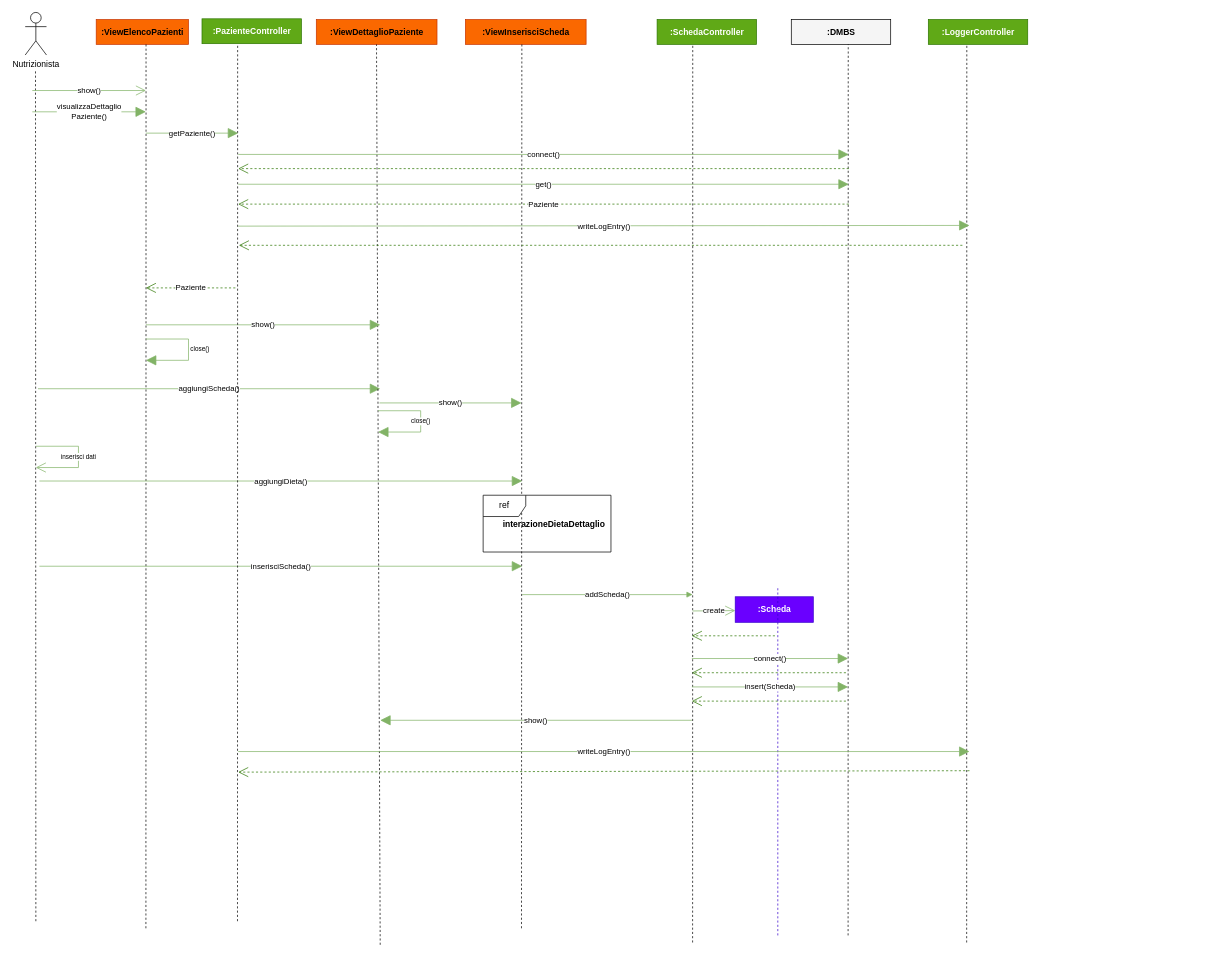
Before: Interazioni/progettazione/interazioneAggiungiSchedaDettaglio.drawio in DeborohNoah/IngSoft, a draw.io diagram. Source tidied: cells renumbered, new cells numbered last; positions are measured from the earlier drawing's top-left corner, leaving out a move shared by most shapes. Both pictures are drawn from the tidied source at 71%, with x=0, y=0 at pixel (25, 12).
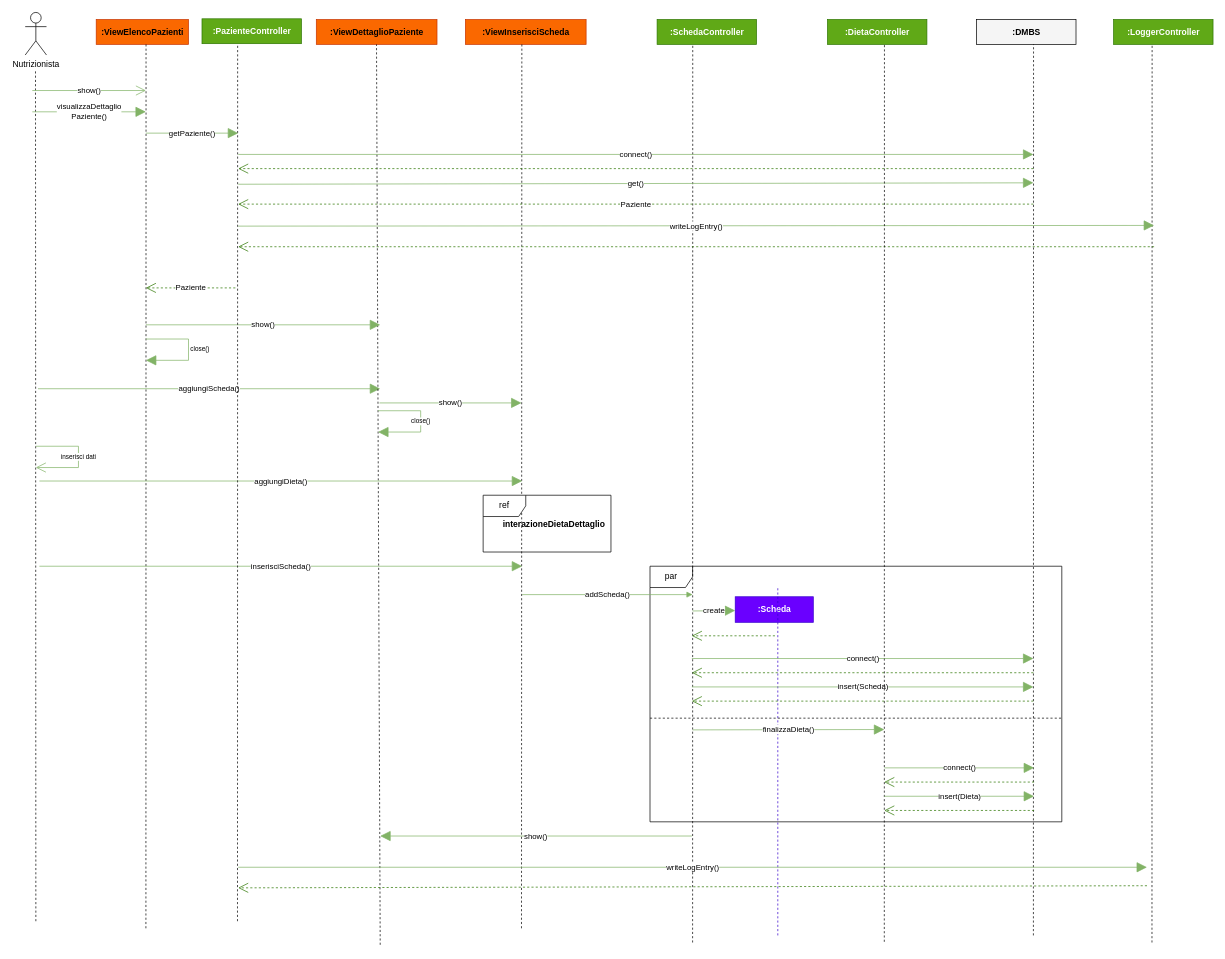
After the change.

Commit message (it also covers changes not shown here):
correzione interazioni, controller e interazione db

What changed in the source:
```diff
@@
+    <mxCell id="51" value="par" style="shape=umlFrame;whiteSpace=wrap;html=1;" parent="1" vertex="1">
+      <mxGeometry x="880" y="780" width="580" height="360" as="geometry" />
+    </mxCell>
@@
-    <mxCell id="11" value="create" style="endArrow=open;endSize=12;html=1;rounded=0;fillColor=#d5e8d4;gradientColor=#97d077;strokeColor=#82b366;entryX=0;entryY=0.5;entryDx=0;entryDy=0;" parent="1" edge="1">
+    <mxCell id="11" value="create" style="endArrow=block;endSize=12;html=1;rounded=0;fillColor=#d5e8d4;gradientColor=#97d077;strokeColor=#82b366;entryX=0;entryY=0.5;entryDx=0;entryDy=0;endFill=1;" parent="1" edge="1">
       <mxGeometry relative="1" as="geometry">
         <mxPoint x="940" y="843" as="sourcePoint" />
         <mxPoint x="1000" y="842.5" as="targetPoint" />
       </mxGeometry>
     </mxCell>
@@
     <mxCell id="21" value="show()" style="endArrow=block;endSize=12;html=1;rounded=0;fillColor=#d5e8d4;gradientColor=#97d077;strokeColor=#82b366;endFill=1;" parent="1" edge="1">
       <mxGeometry relative="1" as="geometry">
-        <mxPoint x="939" y="997" as="sourcePoint" />
-        <mxPoint x="500" y="997" as="targetPoint" />
+        <mxPoint x="939" y="1160" as="sourcePoint" />
+        <mxPoint x="500" y="1160" as="targetPoint" />
       </mxGeometry>
     </mxCell>
     <mxCell id="22" value="&lt;b&gt;&lt;font color=&quot;#000000&quot;&gt;:DMBS&lt;/font&gt;&lt;/b&gt;" style="html=1;fillColor=#F5F5F5;fontColor=#ffffff;strokeColor=#000000;" parent="1" vertex="1">
-      <mxGeometry x="1079" y="10" width="140" height="35" as="geometry" />
+      <mxGeometry x="1340" y="10" width="140" height="35" as="geometry" />
     </mxCell>
     <mxCell id="23" style="endArrow=none;html=1;rounded=0;dashed=1;" parent="1" edge="1">
       <mxGeometry relative="1" as="geometry">
-        <mxPoint x="1159" y="1300" as="sourcePoint" />
-        <mxPoint x="1159.2" y="45" as="targetPoint" />
+        <mxPoint x="1420" y="1300" as="sourcePoint" />
+        <mxPoint x="1420.2" y="45" as="targetPoint" />
       </mxGeometry>
     </mxCell>
     <mxCell id="24" value="connect()" style="endArrow=block;endSize=12;html=1;rounded=0;fillColor=#d5e8d4;gradientColor=#97d077;strokeColor=#82b366;endFill=1;" parent="1" edge="1">
       <mxGeometry relative="1" as="geometry">
         <mxPoint x="939" y="910" as="sourcePoint" />
-        <mxPoint x="1159" y="910" as="targetPoint" />
+        <mxPoint x="1420" y="910" as="targetPoint" />
       </mxGeometry>
     </mxCell>
     <mxCell id="25" style="endArrow=open;endFill=1;endSize=12;html=1;rounded=0;fillColor=#60a917;strokeColor=#2D7600;dashed=1;" parent="1" edge="1">
       <mxGeometry relative="1" as="geometry">
-        <mxPoint x="1156" y="930" as="sourcePoint" />
+        <mxPoint x="1420" y="930" as="sourcePoint" />
         <mxPoint x="939" y="930" as="targetPoint" />
       </mxGeometry>
     </mxCell>
     <mxCell id="26" style="endArrow=open;endFill=1;endSize=12;html=1;rounded=0;fillColor=#60a917;strokeColor=#2D7600;dashed=1;" parent="1" edge="1">
       <mxGeometry relative="1" as="geometry">
-        <mxPoint x="1156" y="970" as="sourcePoint" />
+        <mxPoint x="1420" y="970" as="sourcePoint" />
         <mxPoint x="939" y="970" as="targetPoint" />
       </mxGeometry>
     </mxCell>
     <mxCell id="27" value="insert(Scheda)" style="endArrow=block;endSize=12;html=1;rounded=0;fillColor=#d5e8d4;gradientColor=#97d077;strokeColor=#82b366;endFill=1;" parent="1" edge="1">
       <mxGeometry relative="1" as="geometry">
         <mxPoint x="939" y="950" as="sourcePoint" />
-        <mxPoint x="1159" y="950" as="targetPoint" />
+        <mxPoint x="1420" y="950" as="targetPoint" />
       </mxGeometry>
     </mxCell>
@@
     <mxCell id="37" value="&lt;b&gt;:LoggerController&lt;/b&gt;" style="html=1;fillColor=#60a917;fontColor=#ffffff;strokeColor=#2D7600;" parent="1" vertex="1">
-      <mxGeometry x="1272" y="10" width="140" height="35" as="geometry" />
+      <mxGeometry x="1533" y="10" width="140" height="35" as="geometry" />
     </mxCell>
     <mxCell id="38" style="endArrow=none;html=1;rounded=0;dashed=1;" parent="1" edge="1">
       <mxGeometry relative="1" as="geometry">
-        <mxPoint x="1326" y="1310" as="sourcePoint" />
-        <mxPoint x="1326.2" y="45" as="targetPoint" />
+        <mxPoint x="1587" y="1310" as="sourcePoint" />
+        <mxPoint x="1587.2" y="45" as="targetPoint" />
       </mxGeometry>
     </mxCell>
@@
     <mxCell id="43" value="writeLogEntry()" style="endArrow=block;endSize=12;html=1;rounded=0;fillColor=#d5e8d4;gradientColor=#97d077;strokeColor=#82b366;endFill=1;" parent="1" edge="1">
       <mxGeometry relative="1" as="geometry">
         <mxPoint x="300" y="301" as="sourcePoint" />
-        <mxPoint x="1330" y="300" as="targetPoint" />
+        <mxPoint x="1590" y="300" as="targetPoint" />
       </mxGeometry>
     </mxCell>
     <mxCell id="44" style="endArrow=open;endFill=1;endSize=12;html=1;rounded=0;fillColor=#60a917;strokeColor=#2D7600;dashed=1;" parent="1" edge="1">
       <mxGeometry relative="1" as="geometry">
-        <mxPoint x="1320" y="328" as="sourcePoint" />
-        <mxPoint x="301" y="328" as="targetPoint" />
+        <mxPoint x="1590" y="330" as="sourcePoint" />
+        <mxPoint x="300" y="330" as="targetPoint" />
       </mxGeometry>
     </mxCell>
     <mxCell id="45" value="connect()" style="endArrow=block;endSize=12;html=1;rounded=0;fillColor=#d5e8d4;gradientColor=#97d077;strokeColor=#82b366;endFill=1;" parent="1" edge="1">
       <mxGeometry relative="1" as="geometry">
         <mxPoint x="300" y="200" as="sourcePoint" />
-        <mxPoint x="1160" y="200" as="targetPoint" />
+        <mxPoint x="1420" y="200" as="targetPoint" />
       </mxGeometry>
     </mxCell>
     <mxCell id="46" style="endArrow=open;endFill=1;endSize=12;html=1;rounded=0;fillColor=#60a917;strokeColor=#2D7600;dashed=1;" parent="1" edge="1">
       <mxGeometry relative="1" as="geometry">
-        <mxPoint x="1160" y="220" as="sourcePoint" />
+        <mxPoint x="1420" y="220" as="sourcePoint" />
         <mxPoint x="300" y="220" as="targetPoint" />
       </mxGeometry>
     </mxCell>
     <mxCell id="47" value="Paziente" style="endArrow=open;endFill=1;endSize=12;html=1;rounded=0;fillColor=#60a917;strokeColor=#2D7600;dashed=1;" parent="1" edge="1">
       <mxGeometry relative="1" as="geometry">
-        <mxPoint x="1160" y="270" as="sourcePoint" />
+        <mxPoint x="1420" y="270" as="sourcePoint" />
         <mxPoint x="300" y="270" as="targetPoint" />
       </mxGeometry>
     </mxCell>
     <mxCell id="48" value="get()" style="endArrow=block;endSize=12;html=1;rounded=0;fillColor=#d5e8d4;gradientColor=#97d077;strokeColor=#82b366;endFill=1;" parent="1" edge="1">
       <mxGeometry relative="1" as="geometry">
         <mxPoint x="300" y="242" as="sourcePoint" />
-        <mxPoint x="1160" y="242" as="targetPoint" />
+        <mxPoint x="1420" y="240" as="targetPoint" />
       </mxGeometry>
     </mxCell>
     <mxCell id="49" value="writeLogEntry()" style="endArrow=block;endSize=12;html=1;rounded=0;fillColor=#d5e8d4;gradientColor=#97d077;strokeColor=#82b366;endFill=1;" parent="1" edge="1">
       <mxGeometry relative="1" as="geometry">
-        <mxPoint x="300" y="1041" as="sourcePoint" />
-        <mxPoint x="1330" y="1041" as="targetPoint" />
+        <mxPoint x="300" y="1204" as="sourcePoint" />
+        <mxPoint x="1580" y="1204" as="targetPoint" />
       </mxGeometry>
     </mxCell>
     <mxCell id="50" style="endArrow=open;endFill=1;endSize=12;html=1;rounded=0;fillColor=#60a917;strokeColor=#2D7600;dashed=1;" parent="1" edge="1">
       <mxGeometry relative="1" as="geometry">
-        <mxPoint x="1330" y="1068" as="sourcePoint" />
-        <mxPoint x="300" y="1070" as="targetPoint" />
+        <mxPoint x="1580" y="1230" as="sourcePoint" />
+        <mxPoint x="300" y="1233" as="targetPoint" />
       </mxGeometry>
     </mxCell>
+    <mxCell id="52" value="&lt;b&gt;:DietaController&lt;/b&gt;" style="html=1;fillColor=#60a917;fontColor=#ffffff;strokeColor=#2D7600;" parent="1" vertex="1">
+      <mxGeometry x="1130" y="10" width="140" height="35" as="geometry" />
+    </mxCell>
+    <mxCell id="53" style="endArrow=none;html=1;rounded=0;dashed=1;" parent="1" edge="1">
+      <mxGeometry relative="1" as="geometry">
+        <mxPoint x="1210" y="1309" as="sourcePoint" />
+        <mxPoint x="1210.2" y="44" as="targetPoint" />
+      </mxGeometry>
+    </mxCell>
+    <mxCell id="54" style="line;strokeWidth=1;fillColor=none;align=left;verticalAlign=middle;spacingTop=-1;spacingLeft=3;spacingRight=3;labelPosition=right;dashed=1;" parent="1" vertex="1">
+      <mxGeometry x="880" y="990" width="580" height="8" as="geometry" />
+    </mxCell>
+    <mxCell id="55" value="connect()" style="endArrow=block;endSize=12;html=1;rounded=0;fillColor=#d5e8d4;gradientColor=#97d077;strokeColor=#82b366;endFill=1;" parent="1" edge="1">
+      <mxGeometry relative="1" as="geometry">
+        <mxPoint x="1210" y="1064" as="sourcePoint" />
+        <mxPoint x="1421" y="1064" as="targetPoint" />
+      </mxGeometry>
+    </mxCell>
+    <mxCell id="56" style="endArrow=open;endFill=1;endSize=12;html=1;rounded=0;fillColor=#60a917;strokeColor=#2D7600;dashed=1;" parent="1" edge="1">
+      <mxGeometry relative="1" as="geometry">
+        <mxPoint x="1421" y="1084" as="sourcePoint" />
+        <mxPoint x="1210" y="1084" as="targetPoint" />
+      </mxGeometry>
+    </mxCell>
+    <mxCell id="57" value="insert(Dieta)" style="endArrow=block;endSize=12;html=1;rounded=0;fillColor=#d5e8d4;gradientColor=#97d077;strokeColor=#82b366;endFill=1;" parent="1" edge="1">
+      <mxGeometry relative="1" as="geometry">
+        <mxPoint x="1210" y="1104" as="sourcePoint" />
+        <mxPoint x="1421" y="1104" as="targetPoint" />
+      </mxGeometry>
+    </mxCell>
+    <mxCell id="58" style="endArrow=open;endFill=1;endSize=12;html=1;rounded=0;fillColor=#60a917;strokeColor=#2D7600;dashed=1;" parent="1" edge="1">
+      <mxGeometry relative="1" as="geometry">
+        <mxPoint x="1421" y="1124" as="sourcePoint" />
+        <mxPoint x="1210" y="1124" as="targetPoint" />
+      </mxGeometry>
+    </mxCell>
+    <mxCell id="59" value="finalizzaDieta()" style="endArrow=block;endSize=12;html=1;rounded=0;fillColor=#d5e8d4;gradientColor=#97d077;strokeColor=#82b366;endFill=1;" parent="1" edge="1">
+      <mxGeometry relative="1" as="geometry">
+        <mxPoint x="940" y="1010.5" as="sourcePoint" />
+        <mxPoint x="1210" y="1010" as="targetPoint" />
+      </mxGeometry>
+    </mxCell>
```
